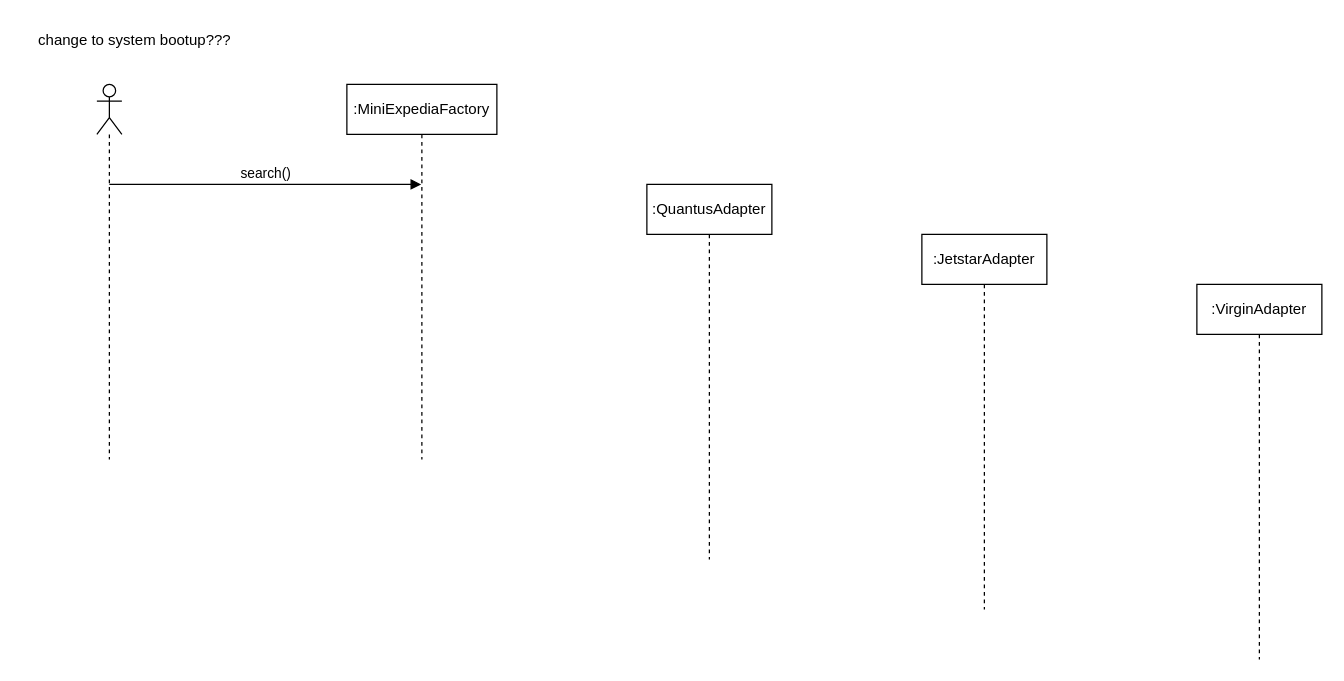
Before: page "Page-2" (2 of 2) of workshop8-week9.drawio in antonykimuom/SWEN30006-2025-SM1-workshop1-tuew05-14-00-team-12, a draw.io diagram. Source tidied: cells renumbered, new cells numbered last; positions are measured from the earlier drawing's top-left corner, leaving out a move shared by most shapes. Both pictures are drawn from the tidied source at 125%, with x=0, y=0 at pixel (21, 21).
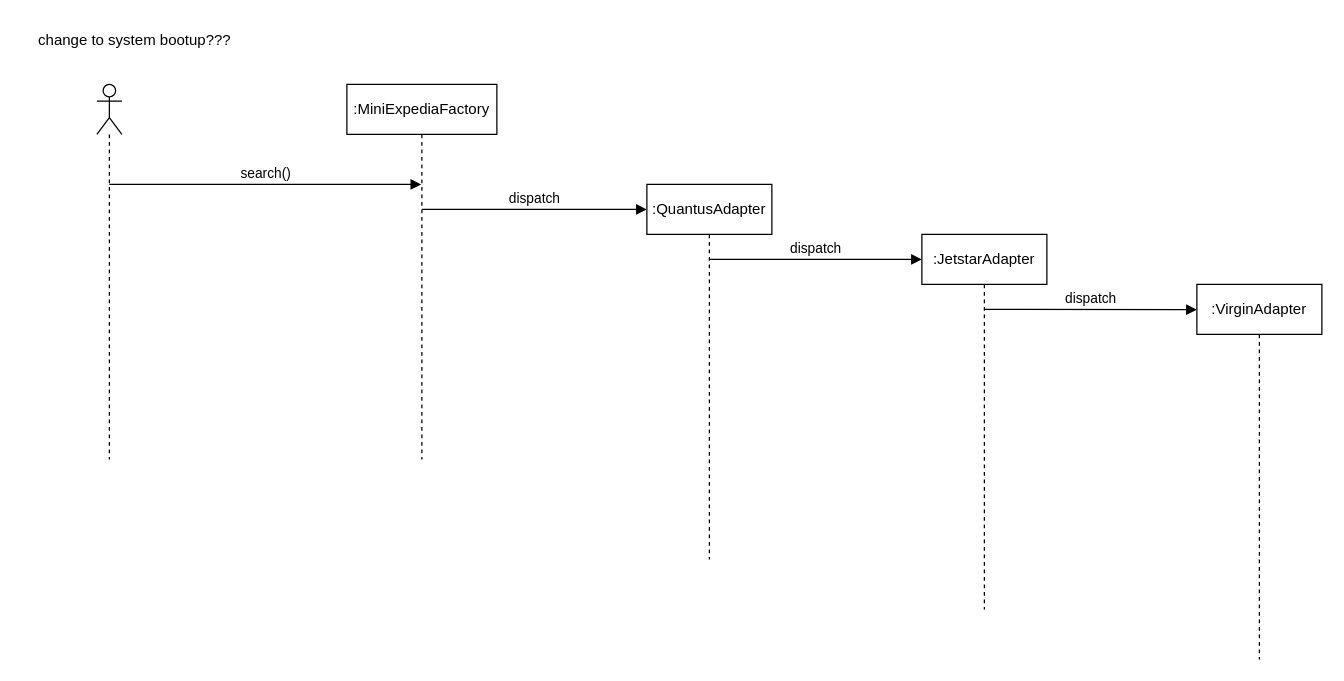
The same page after the edit.

Commit message:
instantiation arrows

Change to the diagram source:
```diff
@@
 <mxGraphModel>
   <root>
     <mxCell id="0" />
     <mxCell id="1" parent="0" />
     <mxCell id="2" value=":MiniExpediaFactory" style="shape=umlLifeline;perimeter=lifelinePerimeter;whiteSpace=wrap;html=1;outlineConnect=0;portConstraint=eastwest;newEdgeStyle={&quot;curved&quot;:0,&quot;rounded&quot;:0};" parent="1" vertex="1">
       <mxGeometry x="260" y="50" width="120" height="300" as="geometry" />
     </mxCell>
     <mxCell id="3" style="shape=umlLifeline;perimeter=lifelinePerimeter;whiteSpace=wrap;html=1;newEdgeStyle={&quot;curved&quot;:0,&quot;rounded&quot;:0};participant=umlActor;" parent="1" vertex="1">
       <mxGeometry x="60" y="50" width="20" height="300" as="geometry" />
     </mxCell>
     <mxCell id="4" value="change to system bootup???" style="text;html=1;align=center;verticalAlign=middle;strokeColor=none;fillColor=none;" parent="1" vertex="1">
       <mxGeometry width="180" height="30" as="geometry" />
     </mxCell>
     <mxCell id="5" value="search()" style="html=1;verticalAlign=bottom;endArrow=block;curved=0;rounded=0;" parent="1" edge="1" target="2">
       <mxGeometry relative="1" as="geometry">
         <mxPoint x="70" y="130" as="sourcePoint" />
       </mxGeometry>
     </mxCell>
     <mxCell id="6" value=":QuantusAdapter" style="shape=umlLifeline;perimeter=lifelinePerimeter;whiteSpace=wrap;html=1;newEdgeStyle={&quot;curved&quot;:0,&quot;rounded&quot;:0};" parent="1" vertex="1">
       <mxGeometry x="500" y="130" width="100" height="300" as="geometry" />
     </mxCell>
     <mxCell id="7" value=":VirginAdapter" style="shape=umlLifeline;perimeter=lifelinePerimeter;whiteSpace=wrap;html=1;newEdgeStyle={&quot;curved&quot;:0,&quot;rounded&quot;:0};" parent="1" vertex="1">
       <mxGeometry x="940" y="210" width="100" height="300" as="geometry" />
     </mxCell>
     <mxCell id="8" value=":JetstarAdapter" style="shape=umlLifeline;perimeter=lifelinePerimeter;whiteSpace=wrap;html=1;newEdgeStyle={&quot;curved&quot;:0,&quot;rounded&quot;:0};" parent="1" vertex="1">
       <mxGeometry x="720" y="170" width="100" height="300" as="geometry" />
     </mxCell>
+    <mxCell id="9" value="dispatch" style="html=1;verticalAlign=bottom;endArrow=block;curved=0;rounded=0;" parent="1" edge="1">
+      <mxGeometry relative="1" as="geometry">
+        <mxPoint x="320.1" y="150" as="sourcePoint" />
+        <mxPoint x="500" y="150" as="targetPoint" />
+      </mxGeometry>
+    </mxCell>
+    <mxCell id="10" value="dispatch" style="html=1;verticalAlign=bottom;endArrow=block;curved=0;rounded=0;" parent="1" edge="1">
+      <mxGeometry relative="1" as="geometry">
+        <mxPoint x="550.1" y="190" as="sourcePoint" />
+        <mxPoint x="720" y="190" as="targetPoint" />
+      </mxGeometry>
+    </mxCell>
+    <mxCell id="11" value="dispatch" style="html=1;verticalAlign=bottom;endArrow=block;curved=0;rounded=0;" parent="1" edge="1">
+      <mxGeometry relative="1" as="geometry">
+        <mxPoint x="770" y="230" as="sourcePoint" />
+        <mxPoint x="940" y="230.2" as="targetPoint" />
+      </mxGeometry>
+    </mxCell>
   </root>
 </mxGraphModel>
```
